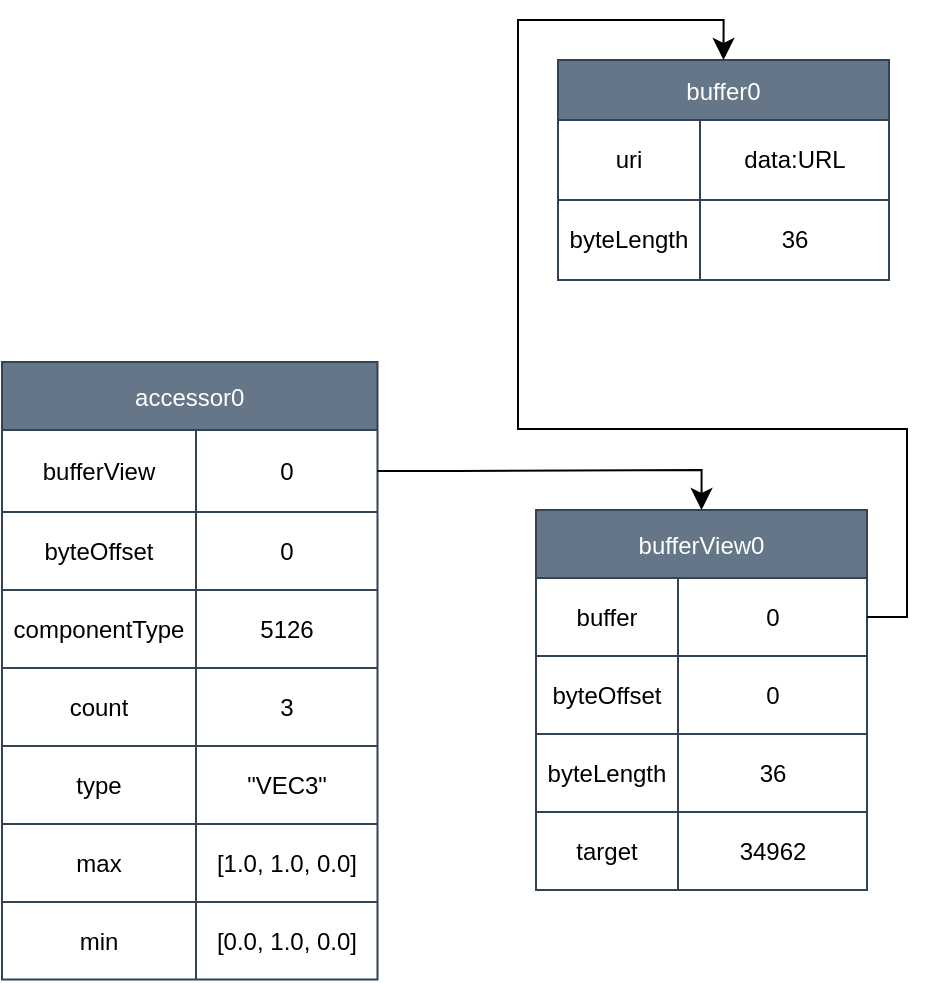
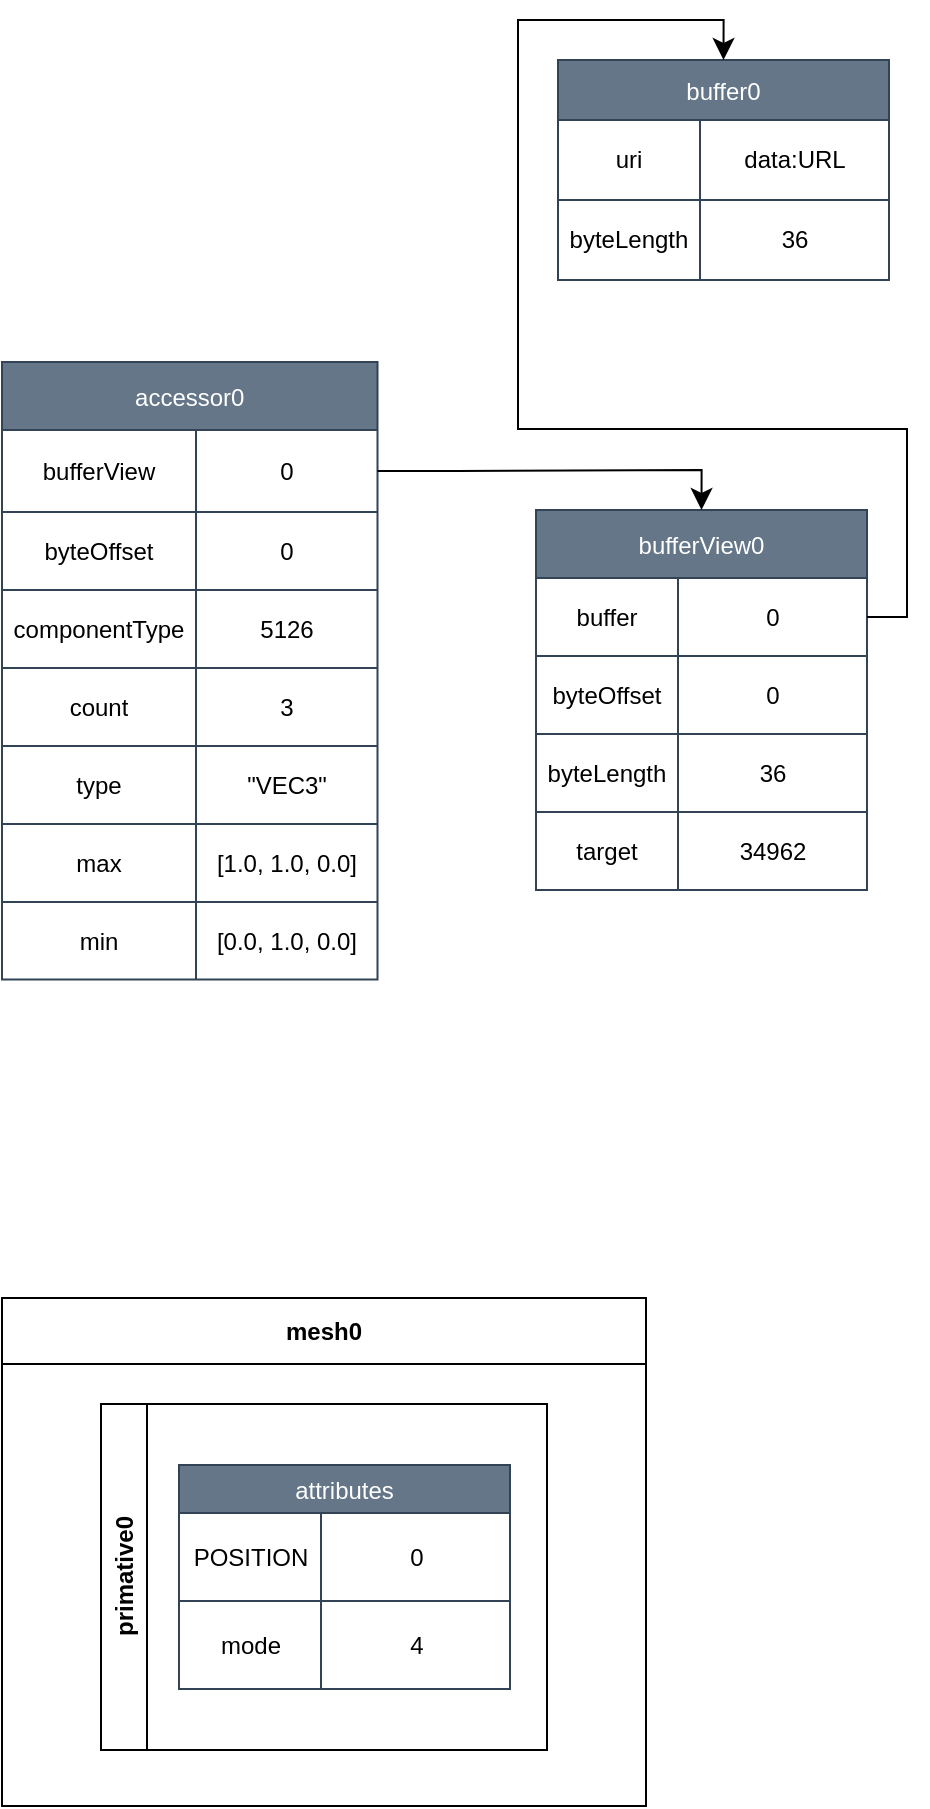
<mxfile host="app.diagrams.net">
  <diagram id="BZvedy4mBk2RI_J5c_5u" name="第 1 页">
    <mxGraphModel dx="1212" dy="1356" grid="0" gridSize="10" guides="1" tooltips="1" connect="1" arrows="1" fold="1" page="0" pageScale="1" pageWidth="827" pageHeight="1169" math="0" shadow="0">
      <root>
        <mxCell id="0" />
        <mxCell id="1" parent="0" />
        <mxCell id="-Ds3_SINnqwqFCvs20sv-1" parent="1" style="shape=table;startSize=30;container=1;collapsible=0;childLayout=tableLayout;fixedHeader=1;fillColor=#647687;fontColor=#ffffff;strokeColor=#314354;" value="buffer0" vertex="1">
          <mxGeometry height="110" width="165.5" x="-1" y="-129" as="geometry" />
        </mxCell>
        <mxCell id="-Ds3_SINnqwqFCvs20sv-2" parent="-Ds3_SINnqwqFCvs20sv-1" style="shape=tableRow;horizontal=0;startSize=0;swimlaneHead=0;swimlaneBody=0;strokeColor=inherit;top=0;left=0;bottom=0;right=0;collapsible=0;dropTarget=0;fillColor=none;points=[[0,0.5],[1,0.5]];portConstraint=eastwest;fixedHeader=1;" value="" vertex="1">
          <mxGeometry height="40" width="165.5" y="30" as="geometry" />
        </mxCell>
        <mxCell id="-Ds3_SINnqwqFCvs20sv-3" parent="-Ds3_SINnqwqFCvs20sv-2" style="shape=partialRectangle;html=1;whiteSpace=wrap;connectable=0;strokeColor=inherit;overflow=hidden;fillColor=none;top=0;left=0;bottom=0;right=0;pointerEvents=1;align=center;" value="uri" vertex="1">
          <mxGeometry height="40" width="71" as="geometry">
            <mxRectangle height="40" width="71" as="alternateBounds" />
          </mxGeometry>
        </mxCell>
        <mxCell id="-Ds3_SINnqwqFCvs20sv-4" parent="-Ds3_SINnqwqFCvs20sv-2" style="shape=partialRectangle;html=1;whiteSpace=wrap;connectable=0;strokeColor=inherit;overflow=hidden;fillColor=none;top=0;left=0;bottom=0;right=0;pointerEvents=1;" value="data:URL" vertex="1">
          <mxGeometry height="40" width="95" x="71" as="geometry">
            <mxRectangle height="40" width="95" as="alternateBounds" />
          </mxGeometry>
        </mxCell>
        <mxCell id="-Ds3_SINnqwqFCvs20sv-5" parent="-Ds3_SINnqwqFCvs20sv-1" style="shape=tableRow;horizontal=0;startSize=0;swimlaneHead=0;swimlaneBody=0;strokeColor=inherit;top=0;left=0;bottom=0;right=0;collapsible=0;dropTarget=0;fillColor=none;points=[[0,0.5],[1,0.5]];portConstraint=eastwest;fixedHeader=1;" value="" vertex="1">
          <mxGeometry height="40" width="165.5" y="70" as="geometry" />
        </mxCell>
        <mxCell id="-Ds3_SINnqwqFCvs20sv-6" parent="-Ds3_SINnqwqFCvs20sv-5" style="shape=partialRectangle;html=1;whiteSpace=wrap;connectable=0;strokeColor=inherit;overflow=hidden;fillColor=none;top=0;left=0;bottom=0;right=0;pointerEvents=1;align=center;" value="byteLength" vertex="1">
          <mxGeometry height="40" width="71" as="geometry">
            <mxRectangle height="40" width="71" as="alternateBounds" />
          </mxGeometry>
        </mxCell>
        <mxCell id="-Ds3_SINnqwqFCvs20sv-7" parent="-Ds3_SINnqwqFCvs20sv-5" style="shape=partialRectangle;html=1;whiteSpace=wrap;connectable=0;strokeColor=inherit;overflow=hidden;fillColor=none;top=0;left=0;bottom=0;right=0;pointerEvents=1;" value="36" vertex="1">
          <mxGeometry height="40" width="95" x="71" as="geometry">
            <mxRectangle height="40" width="95" as="alternateBounds" />
          </mxGeometry>
        </mxCell>
        <mxCell id="IMBELnrVSliVJA-H-ImH-1" parent="1" style="shape=table;startSize=34;container=1;collapsible=0;childLayout=tableLayout;fixedHeader=1;fillColor=#647687;fontColor=#ffffff;strokeColor=#314354;" value="bufferView0" vertex="1">
          <mxGeometry height="190" width="165.5" x="-12" y="96" as="geometry" />
        </mxCell>
        <mxCell id="IMBELnrVSliVJA-H-ImH-2" parent="IMBELnrVSliVJA-H-ImH-1" style="shape=tableRow;horizontal=0;startSize=0;swimlaneHead=0;swimlaneBody=0;strokeColor=inherit;top=0;left=0;bottom=0;right=0;collapsible=0;dropTarget=0;fillColor=none;points=[[0,0.5],[1,0.5]];portConstraint=eastwest;fixedHeader=1;" value="" vertex="1">
          <mxGeometry height="39" width="165.5" y="34" as="geometry" />
        </mxCell>
        <mxCell id="IMBELnrVSliVJA-H-ImH-3" parent="IMBELnrVSliVJA-H-ImH-2" style="shape=partialRectangle;html=1;whiteSpace=wrap;connectable=0;strokeColor=inherit;overflow=hidden;fillColor=none;top=0;left=0;bottom=0;right=0;pointerEvents=1;align=center;" value="buffer" vertex="1">
          <mxGeometry height="39" width="71" as="geometry">
            <mxRectangle height="39" width="71" as="alternateBounds" />
          </mxGeometry>
        </mxCell>
        <mxCell id="IMBELnrVSliVJA-H-ImH-4" parent="IMBELnrVSliVJA-H-ImH-2" style="shape=partialRectangle;html=1;whiteSpace=wrap;connectable=0;strokeColor=inherit;overflow=hidden;fillColor=none;top=0;left=0;bottom=0;right=0;pointerEvents=1;" value="0" vertex="1">
          <mxGeometry height="39" width="95" x="71" as="geometry">
            <mxRectangle height="39" width="95" as="alternateBounds" />
          </mxGeometry>
        </mxCell>
        <mxCell id="IMBELnrVSliVJA-H-ImH-5" parent="IMBELnrVSliVJA-H-ImH-1" style="shape=tableRow;horizontal=0;startSize=0;swimlaneHead=0;swimlaneBody=0;strokeColor=inherit;top=0;left=0;bottom=0;right=0;collapsible=0;dropTarget=0;fillColor=none;points=[[0,0.5],[1,0.5]];portConstraint=eastwest;fixedHeader=1;" value="" vertex="1">
          <mxGeometry height="39" width="165.5" y="73" as="geometry" />
        </mxCell>
        <mxCell id="IMBELnrVSliVJA-H-ImH-6" parent="IMBELnrVSliVJA-H-ImH-5" style="shape=partialRectangle;html=1;whiteSpace=wrap;connectable=0;strokeColor=inherit;overflow=hidden;fillColor=none;top=0;left=0;bottom=0;right=0;pointerEvents=1;align=center;" value="byteOffset" vertex="1">
          <mxGeometry height="39" width="71" as="geometry">
            <mxRectangle height="39" width="71" as="alternateBounds" />
          </mxGeometry>
        </mxCell>
        <mxCell id="IMBELnrVSliVJA-H-ImH-7" parent="IMBELnrVSliVJA-H-ImH-5" style="shape=partialRectangle;html=1;whiteSpace=wrap;connectable=0;strokeColor=inherit;overflow=hidden;fillColor=none;top=0;left=0;bottom=0;right=0;pointerEvents=1;" value="0" vertex="1">
          <mxGeometry height="39" width="95" x="71" as="geometry">
            <mxRectangle height="39" width="95" as="alternateBounds" />
          </mxGeometry>
        </mxCell>
        <mxCell id="IMBELnrVSliVJA-H-ImH-8" parent="IMBELnrVSliVJA-H-ImH-1" style="shape=tableRow;horizontal=0;startSize=0;swimlaneHead=0;swimlaneBody=0;strokeColor=inherit;top=0;left=0;bottom=0;right=0;collapsible=0;dropTarget=0;fillColor=none;points=[[0,0.5],[1,0.5]];portConstraint=eastwest;fixedHeader=1;" vertex="1">
          <mxGeometry height="39" width="165.5" y="112" as="geometry" />
        </mxCell>
        <mxCell id="IMBELnrVSliVJA-H-ImH-9" parent="IMBELnrVSliVJA-H-ImH-8" style="shape=partialRectangle;html=1;whiteSpace=wrap;connectable=0;strokeColor=inherit;overflow=hidden;fillColor=none;top=0;left=0;bottom=0;right=0;pointerEvents=1;align=center;" value="byteLength" vertex="1">
          <mxGeometry height="39" width="71" as="geometry">
            <mxRectangle height="39" width="71" as="alternateBounds" />
          </mxGeometry>
        </mxCell>
        <mxCell id="IMBELnrVSliVJA-H-ImH-10" parent="IMBELnrVSliVJA-H-ImH-8" style="shape=partialRectangle;html=1;whiteSpace=wrap;connectable=0;strokeColor=inherit;overflow=hidden;fillColor=none;top=0;left=0;bottom=0;right=0;pointerEvents=1;" value="36" vertex="1">
          <mxGeometry height="39" width="95" x="71" as="geometry">
            <mxRectangle height="39" width="95" as="alternateBounds" />
          </mxGeometry>
        </mxCell>
        <mxCell id="IMBELnrVSliVJA-H-ImH-11" parent="IMBELnrVSliVJA-H-ImH-1" style="shape=tableRow;horizontal=0;startSize=0;swimlaneHead=0;swimlaneBody=0;strokeColor=inherit;top=0;left=0;bottom=0;right=0;collapsible=0;dropTarget=0;fillColor=none;points=[[0,0.5],[1,0.5]];portConstraint=eastwest;fixedHeader=1;" vertex="1">
          <mxGeometry height="39" width="165.5" y="151" as="geometry" />
        </mxCell>
        <mxCell id="IMBELnrVSliVJA-H-ImH-12" parent="IMBELnrVSliVJA-H-ImH-11" style="shape=partialRectangle;html=1;whiteSpace=wrap;connectable=0;strokeColor=inherit;overflow=hidden;fillColor=none;top=0;left=0;bottom=0;right=0;pointerEvents=1;align=center;" value="target" vertex="1">
          <mxGeometry height="39" width="71" as="geometry">
            <mxRectangle height="39" width="71" as="alternateBounds" />
          </mxGeometry>
        </mxCell>
        <mxCell id="IMBELnrVSliVJA-H-ImH-13" parent="IMBELnrVSliVJA-H-ImH-11" style="shape=partialRectangle;html=1;whiteSpace=wrap;connectable=0;strokeColor=inherit;overflow=hidden;fillColor=none;top=0;left=0;bottom=0;right=0;pointerEvents=1;" value="34962" vertex="1">
          <mxGeometry height="39" width="95" x="71" as="geometry">
            <mxRectangle height="39" width="95" as="alternateBounds" />
          </mxGeometry>
        </mxCell>
        <mxCell id="IMBELnrVSliVJA-H-ImH-15" edge="1" parent="1" source="IMBELnrVSliVJA-H-ImH-2" style="edgeStyle=orthogonalEdgeStyle;rounded=0;orthogonalLoop=1;jettySize=auto;html=1;fontSize=12;startSize=8;endSize=8;exitX=1;exitY=0.5;exitDx=0;exitDy=0;entryX=0.5;entryY=0;entryDx=0;entryDy=0;" target="-Ds3_SINnqwqFCvs20sv-1">
          <mxGeometry relative="1" as="geometry" />
        </mxCell>
        <mxCell id="IMBELnrVSliVJA-H-ImH-16" parent="1" style="shape=table;startSize=34;container=1;collapsible=0;childLayout=tableLayout;fixedHeader=1;fillColor=#647687;fontColor=#ffffff;strokeColor=#314354;" value="accessor0" vertex="1">
          <mxGeometry height="308.75" width="187.75" x="-279" y="22" as="geometry" />
        </mxCell>
        <mxCell id="IMBELnrVSliVJA-H-ImH-17" parent="IMBELnrVSliVJA-H-ImH-16" style="shape=tableRow;horizontal=0;startSize=0;swimlaneHead=0;swimlaneBody=0;strokeColor=inherit;top=0;left=0;bottom=0;right=0;collapsible=0;dropTarget=0;fillColor=none;points=[[0,0.5],[1,0.5]];portConstraint=eastwest;fixedHeader=1;" value="" vertex="1">
          <mxGeometry height="41" width="187.75" y="34" as="geometry" />
        </mxCell>
        <mxCell id="IMBELnrVSliVJA-H-ImH-18" parent="IMBELnrVSliVJA-H-ImH-17" style="shape=partialRectangle;html=1;whiteSpace=wrap;connectable=0;strokeColor=inherit;overflow=hidden;fillColor=none;top=0;left=0;bottom=0;right=0;pointerEvents=1;align=center;" value="bufferView" vertex="1">
          <mxGeometry height="41" width="97" as="geometry">
            <mxRectangle height="41" width="97" as="alternateBounds" />
          </mxGeometry>
        </mxCell>
        <mxCell id="IMBELnrVSliVJA-H-ImH-19" parent="IMBELnrVSliVJA-H-ImH-17" style="shape=partialRectangle;html=1;whiteSpace=wrap;connectable=0;strokeColor=inherit;overflow=hidden;fillColor=none;top=0;left=0;bottom=0;right=0;pointerEvents=1;" value="0" vertex="1">
          <mxGeometry height="41" width="91" x="97" as="geometry">
            <mxRectangle height="41" width="91" as="alternateBounds" />
          </mxGeometry>
        </mxCell>
        <mxCell id="IMBELnrVSliVJA-H-ImH-20" parent="IMBELnrVSliVJA-H-ImH-16" style="shape=tableRow;horizontal=0;startSize=0;swimlaneHead=0;swimlaneBody=0;strokeColor=inherit;top=0;left=0;bottom=0;right=0;collapsible=0;dropTarget=0;fillColor=none;points=[[0,0.5],[1,0.5]];portConstraint=eastwest;fixedHeader=1;" value="" vertex="1">
          <mxGeometry height="39" width="187.75" y="75" as="geometry" />
        </mxCell>
        <mxCell id="IMBELnrVSliVJA-H-ImH-21" parent="IMBELnrVSliVJA-H-ImH-20" style="shape=partialRectangle;html=1;whiteSpace=wrap;connectable=0;strokeColor=inherit;overflow=hidden;fillColor=none;top=0;left=0;bottom=0;right=0;pointerEvents=1;align=center;" value="byteOffset" vertex="1">
          <mxGeometry height="39" width="97" as="geometry">
            <mxRectangle height="39" width="97" as="alternateBounds" />
          </mxGeometry>
        </mxCell>
        <mxCell id="IMBELnrVSliVJA-H-ImH-22" parent="IMBELnrVSliVJA-H-ImH-20" style="shape=partialRectangle;html=1;whiteSpace=wrap;connectable=0;strokeColor=inherit;overflow=hidden;fillColor=none;top=0;left=0;bottom=0;right=0;pointerEvents=1;" value="0" vertex="1">
          <mxGeometry height="39" width="91" x="97" as="geometry">
            <mxRectangle height="39" width="91" as="alternateBounds" />
          </mxGeometry>
        </mxCell>
        <mxCell id="IMBELnrVSliVJA-H-ImH-23" parent="IMBELnrVSliVJA-H-ImH-16" style="shape=tableRow;horizontal=0;startSize=0;swimlaneHead=0;swimlaneBody=0;strokeColor=inherit;top=0;left=0;bottom=0;right=0;collapsible=0;dropTarget=0;fillColor=none;points=[[0,0.5],[1,0.5]];portConstraint=eastwest;fixedHeader=1;" vertex="1">
          <mxGeometry height="39" width="187.75" y="114" as="geometry" />
        </mxCell>
        <mxCell id="IMBELnrVSliVJA-H-ImH-24" parent="IMBELnrVSliVJA-H-ImH-23" style="shape=partialRectangle;html=1;whiteSpace=wrap;connectable=0;strokeColor=inherit;overflow=hidden;fillColor=none;top=0;left=0;bottom=0;right=0;pointerEvents=1;align=center;" value="componentType" vertex="1">
          <mxGeometry height="39" width="97" as="geometry">
            <mxRectangle height="39" width="97" as="alternateBounds" />
          </mxGeometry>
        </mxCell>
        <mxCell id="IMBELnrVSliVJA-H-ImH-25" parent="IMBELnrVSliVJA-H-ImH-23" style="shape=partialRectangle;html=1;whiteSpace=wrap;connectable=0;strokeColor=inherit;overflow=hidden;fillColor=none;top=0;left=0;bottom=0;right=0;pointerEvents=1;" value="5126" vertex="1">
          <mxGeometry height="39" width="91" x="97" as="geometry">
            <mxRectangle height="39" width="91" as="alternateBounds" />
          </mxGeometry>
        </mxCell>
        <mxCell id="IMBELnrVSliVJA-H-ImH-26" parent="IMBELnrVSliVJA-H-ImH-16" style="shape=tableRow;horizontal=0;startSize=0;swimlaneHead=0;swimlaneBody=0;strokeColor=inherit;top=0;left=0;bottom=0;right=0;collapsible=0;dropTarget=0;fillColor=none;points=[[0,0.5],[1,0.5]];portConstraint=eastwest;fixedHeader=1;" vertex="1">
          <mxGeometry height="39" width="187.75" y="153" as="geometry" />
        </mxCell>
        <mxCell id="IMBELnrVSliVJA-H-ImH-27" parent="IMBELnrVSliVJA-H-ImH-26" style="shape=partialRectangle;html=1;whiteSpace=wrap;connectable=0;strokeColor=inherit;overflow=hidden;fillColor=none;top=0;left=0;bottom=0;right=0;pointerEvents=1;align=center;" value="count" vertex="1">
          <mxGeometry height="39" width="97" as="geometry">
            <mxRectangle height="39" width="97" as="alternateBounds" />
          </mxGeometry>
        </mxCell>
        <mxCell id="IMBELnrVSliVJA-H-ImH-28" parent="IMBELnrVSliVJA-H-ImH-26" style="shape=partialRectangle;html=1;whiteSpace=wrap;connectable=0;strokeColor=inherit;overflow=hidden;fillColor=none;top=0;left=0;bottom=0;right=0;pointerEvents=1;" value="3" vertex="1">
          <mxGeometry height="39" width="91" x="97" as="geometry">
            <mxRectangle height="39" width="91" as="alternateBounds" />
          </mxGeometry>
        </mxCell>
        <mxCell id="IMBELnrVSliVJA-H-ImH-29" parent="IMBELnrVSliVJA-H-ImH-16" style="shape=tableRow;horizontal=0;startSize=0;swimlaneHead=0;swimlaneBody=0;strokeColor=inherit;top=0;left=0;bottom=0;right=0;collapsible=0;dropTarget=0;fillColor=none;points=[[0,0.5],[1,0.5]];portConstraint=eastwest;fixedHeader=1;" vertex="1">
          <mxGeometry height="39" width="187.75" y="192" as="geometry" />
        </mxCell>
        <mxCell id="IMBELnrVSliVJA-H-ImH-30" parent="IMBELnrVSliVJA-H-ImH-29" style="shape=partialRectangle;html=1;whiteSpace=wrap;connectable=0;strokeColor=inherit;overflow=hidden;fillColor=none;top=0;left=0;bottom=0;right=0;pointerEvents=1;align=center;" value="type" vertex="1">
          <mxGeometry height="39" width="97" as="geometry">
            <mxRectangle height="39" width="97" as="alternateBounds" />
          </mxGeometry>
        </mxCell>
        <mxCell id="IMBELnrVSliVJA-H-ImH-31" parent="IMBELnrVSliVJA-H-ImH-29" style="shape=partialRectangle;html=1;whiteSpace=wrap;connectable=0;strokeColor=inherit;overflow=hidden;fillColor=none;top=0;left=0;bottom=0;right=0;pointerEvents=1;" value="&quot;VEC3&quot;" vertex="1">
          <mxGeometry height="39" width="91" x="97" as="geometry">
            <mxRectangle height="39" width="91" as="alternateBounds" />
          </mxGeometry>
        </mxCell>
        <mxCell id="IMBELnrVSliVJA-H-ImH-32" parent="IMBELnrVSliVJA-H-ImH-16" style="shape=tableRow;horizontal=0;startSize=0;swimlaneHead=0;swimlaneBody=0;strokeColor=inherit;top=0;left=0;bottom=0;right=0;collapsible=0;dropTarget=0;fillColor=none;points=[[0,0.5],[1,0.5]];portConstraint=eastwest;fixedHeader=1;" vertex="1">
          <mxGeometry height="39" width="187.75" y="231" as="geometry" />
        </mxCell>
        <mxCell id="IMBELnrVSliVJA-H-ImH-33" parent="IMBELnrVSliVJA-H-ImH-32" style="shape=partialRectangle;html=1;whiteSpace=wrap;connectable=0;strokeColor=inherit;overflow=hidden;fillColor=none;top=0;left=0;bottom=0;right=0;pointerEvents=1;align=center;" value="max" vertex="1">
          <mxGeometry height="39" width="97" as="geometry">
            <mxRectangle height="39" width="97" as="alternateBounds" />
          </mxGeometry>
        </mxCell>
        <mxCell id="IMBELnrVSliVJA-H-ImH-34" parent="IMBELnrVSliVJA-H-ImH-32" style="shape=partialRectangle;html=1;whiteSpace=wrap;connectable=0;strokeColor=inherit;overflow=hidden;fillColor=none;top=0;left=0;bottom=0;right=0;pointerEvents=1;" value="[1.0, 1.0, 0.0]" vertex="1">
          <mxGeometry height="39" width="91" x="97" as="geometry">
            <mxRectangle height="39" width="91" as="alternateBounds" />
          </mxGeometry>
        </mxCell>
        <mxCell id="IMBELnrVSliVJA-H-ImH-35" parent="IMBELnrVSliVJA-H-ImH-16" style="shape=tableRow;horizontal=0;startSize=0;swimlaneHead=0;swimlaneBody=0;strokeColor=inherit;top=0;left=0;bottom=0;right=0;collapsible=0;dropTarget=0;fillColor=none;points=[[0,0.5],[1,0.5]];portConstraint=eastwest;fixedHeader=1;" vertex="1">
          <mxGeometry height="39" width="187.75" y="270" as="geometry" />
        </mxCell>
        <mxCell id="IMBELnrVSliVJA-H-ImH-36" parent="IMBELnrVSliVJA-H-ImH-35" style="shape=partialRectangle;html=1;whiteSpace=wrap;connectable=0;strokeColor=inherit;overflow=hidden;fillColor=none;top=0;left=0;bottom=0;right=0;pointerEvents=1;align=center;" value="min" vertex="1">
          <mxGeometry height="39" width="97" as="geometry">
            <mxRectangle height="39" width="97" as="alternateBounds" />
          </mxGeometry>
        </mxCell>
        <mxCell id="IMBELnrVSliVJA-H-ImH-37" parent="IMBELnrVSliVJA-H-ImH-35" style="shape=partialRectangle;html=1;whiteSpace=wrap;connectable=0;strokeColor=inherit;overflow=hidden;fillColor=none;top=0;left=0;bottom=0;right=0;pointerEvents=1;" value="[0.0, 1.0, 0.0]" vertex="1">
          <mxGeometry height="39" width="91" x="97" as="geometry">
            <mxRectangle height="39" width="91" as="alternateBounds" />
          </mxGeometry>
        </mxCell>
        <mxCell id="IMBELnrVSliVJA-H-ImH-38" edge="1" parent="1" source="IMBELnrVSliVJA-H-ImH-17" style="edgeStyle=orthogonalEdgeStyle;rounded=0;orthogonalLoop=1;jettySize=auto;html=1;entryX=0.5;entryY=0;entryDx=0;entryDy=0;fontSize=12;startSize=8;endSize=8;exitX=1;exitY=0.5;exitDx=0;exitDy=0;" target="IMBELnrVSliVJA-H-ImH-1">
          <mxGeometry relative="1" as="geometry" />
        </mxCell>
+         <mxCell id="oYlXVEz9eKNw0EBKh330-92" parent="1" style="swimlane;whiteSpace=wrap;html=1;startSize=33;" value="mesh0" vertex="1">
+           <mxGeometry height="254" width="322" x="-279" y="490" as="geometry" />
+         </mxCell>
+         <mxCell id="oYlXVEz9eKNw0EBKh330-96" parent="oYlXVEz9eKNw0EBKh330-92" style="swimlane;horizontal=0;whiteSpace=wrap;html=1;" value="primative0" vertex="1">
+           <mxGeometry height="173" width="223" x="49.499999999999986" y="53" as="geometry" />
+         </mxCell>
+         <mxCell id="oYlXVEz9eKNw0EBKh330-4" parent="oYlXVEz9eKNw0EBKh330-96" style="shape=table;startSize=24;container=1;collapsible=0;childLayout=tableLayout;fixedHeader=1;fillColor=#647687;fontColor=#ffffff;strokeColor=#314354;" value="attributes" vertex="1">
+           <mxGeometry height="112" width="165.5" x="39" y="30.5" as="geometry" />
+         </mxCell>
+         <mxCell id="oYlXVEz9eKNw0EBKh330-5" parent="oYlXVEz9eKNw0EBKh330-4" style="shape=tableRow;horizontal=0;startSize=0;swimlaneHead=0;swimlaneBody=0;strokeColor=inherit;top=0;left=0;bottom=0;right=0;collapsible=0;dropTarget=0;fillColor=none;points=[[0,0.5],[1,0.5]];portConstraint=eastwest;fixedHeader=1;" value="" vertex="1">
+           <mxGeometry height="44" width="165.5" y="24" as="geometry" />
+         </mxCell>
+         <mxCell id="oYlXVEz9eKNw0EBKh330-6" parent="oYlXVEz9eKNw0EBKh330-5" style="shape=partialRectangle;html=1;whiteSpace=wrap;connectable=0;strokeColor=inherit;overflow=hidden;fillColor=none;top=0;left=0;bottom=0;right=0;pointerEvents=1;align=center;" value="POSITION" vertex="1">
+           <mxGeometry height="44" width="71" as="geometry">
+             <mxRectangle height="44" width="71" as="alternateBounds" />
+           </mxGeometry>
+         </mxCell>
+         <mxCell id="oYlXVEz9eKNw0EBKh330-7" parent="oYlXVEz9eKNw0EBKh330-5" style="shape=partialRectangle;html=1;whiteSpace=wrap;connectable=0;strokeColor=inherit;overflow=hidden;fillColor=none;top=0;left=0;bottom=0;right=0;pointerEvents=1;" value="0" vertex="1">
+           <mxGeometry height="44" width="95" x="71" as="geometry">
+             <mxRectangle height="44" width="95" as="alternateBounds" />
+           </mxGeometry>
+         </mxCell>
+         <mxCell id="oYlXVEz9eKNw0EBKh330-17" parent="oYlXVEz9eKNw0EBKh330-4" style="shape=tableRow;horizontal=0;startSize=0;swimlaneHead=0;swimlaneBody=0;strokeColor=inherit;top=0;left=0;bottom=0;right=0;collapsible=0;dropTarget=0;fillColor=none;points=[[0,0.5],[1,0.5]];portConstraint=eastwest;fixedHeader=1;" vertex="1">
+           <mxGeometry height="44" width="165.5" y="68" as="geometry" />
+         </mxCell>
+         <mxCell id="oYlXVEz9eKNw0EBKh330-18" parent="oYlXVEz9eKNw0EBKh330-17" style="shape=partialRectangle;html=1;whiteSpace=wrap;connectable=0;strokeColor=inherit;overflow=hidden;fillColor=none;top=0;left=0;bottom=0;right=0;pointerEvents=1;align=center;" value="mode" vertex="1">
+           <mxGeometry height="44" width="71" as="geometry">
+             <mxRectangle height="44" width="71" as="alternateBounds" />
+           </mxGeometry>
+         </mxCell>
+         <mxCell id="oYlXVEz9eKNw0EBKh330-19" parent="oYlXVEz9eKNw0EBKh330-17" style="shape=partialRectangle;html=1;whiteSpace=wrap;connectable=0;strokeColor=inherit;overflow=hidden;fillColor=none;top=0;left=0;bottom=0;right=0;pointerEvents=1;" value="4" vertex="1">
+           <mxGeometry height="44" width="95" x="71" as="geometry">
+             <mxRectangle height="44" width="95" as="alternateBounds" />
+           </mxGeometry>
+         </mxCell>
      </root>
    </mxGraphModel>
  </diagram>
</mxfile>
